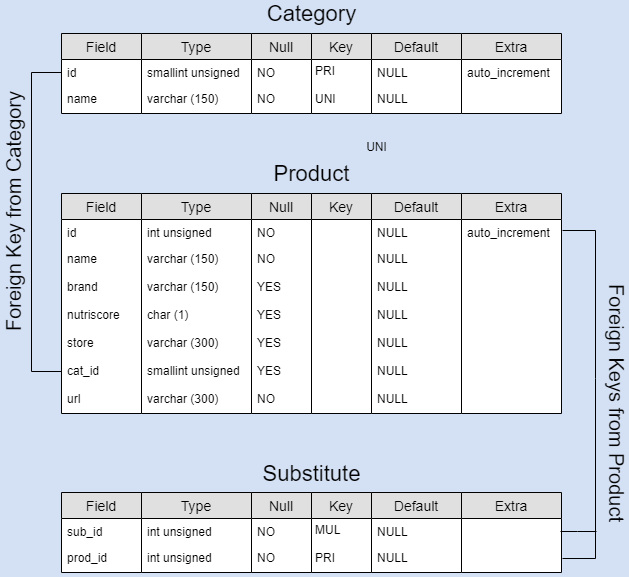
The draw.io diagram physic_data_model.png in Tony380/Projet5, before a commit. Source tidied: cells renumbered, new cells last; positions are measured from the earlier drawing's top-left corner, leaving out a move shared by most shapes.
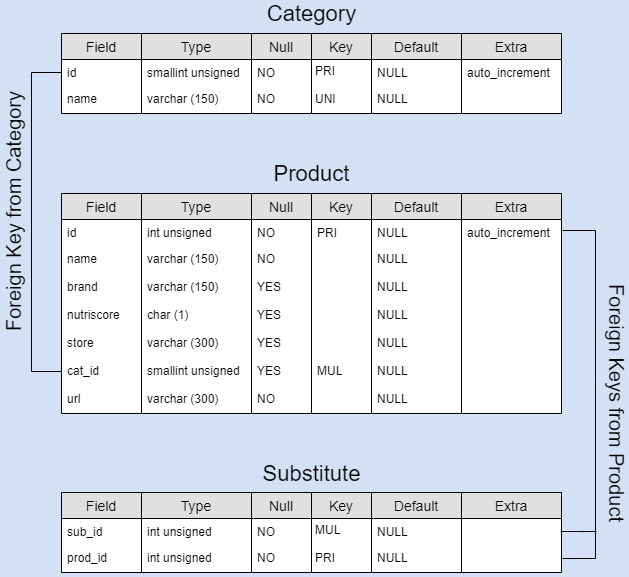
Later version of the same file.

Commit message:
Correction model

The edit, as a diff of the source:
```diff
@@ -40,9 +40,6 @@
     <mxCell id="12" value="varchar (150)" style="text;strokeColor=none;fillColor=none;spacingLeft=4;spacingRight=4;overflow=hidden;fontSize=12;" parent="10" vertex="1">
       <mxGeometry y="52" width="110" height="28" as="geometry" />
     </mxCell>
-    <mxCell id="13" value="Key" style="swimlane;fontStyle=0;horizontal=1;startSize=26;fillColor=#e0e0e0;swimlaneFillColor=#ffffff;align=center;fontSize=14;" parent="1" vertex="1">
-      <mxGeometry x="424" y="190" width="60" height="220" as="geometry" />
-    </mxCell>
     <mxCell id="14" value="Null" style="swimlane;fontStyle=0;horizontal=1;startSize=26;fillColor=#e0e0e0;swimlaneFillColor=#ffffff;align=center;fontSize=14;" parent="1" vertex="1">
       <mxGeometry x="364" y="190" width="60" height="220" as="geometry" />
     </mxCell>
@@ -139,9 +136,6 @@
     <mxCell id="45" value="&lt;font style=&quot;font-size: 20px&quot;&gt;Foreign Key from Category&lt;/font&gt;" style="text;html=1;align=center;verticalAlign=middle;direction=south;rotation=270;" parent="1" vertex="1">
       <mxGeometry y="198" width="250" height="21" as="geometry" />
     </mxCell>
-    <mxCell id="46" value="UNI" style="text;html=1;align=center;verticalAlign=middle;" parent="1" vertex="1">
-      <mxGeometry x="473" y="134" width="31" height="18" as="geometry" />
-    </mxCell>
     <mxCell id="47" value="Field" style="swimlane;fontStyle=0;horizontal=1;startSize=26;fillColor=#e0e0e0;swimlaneFillColor=#ffffff;align=center;fontSize=14;" parent="1" vertex="1">
       <mxGeometry x="174" y="30" width="80" height="80" as="geometry" />
     </mxCell>
@@ -246,5 +240,14 @@
         </Array>
       </mxGeometry>
     </mxCell>
+    <mxCell id="13" value="Key" style="swimlane;fontStyle=0;horizontal=1;startSize=26;fillColor=#e0e0e0;swimlaneFillColor=#ffffff;align=center;fontSize=14;" parent="1" vertex="1">
+      <mxGeometry x="424" y="190" width="60" height="220" as="geometry" />
+    </mxCell>
+    <mxCell id="77" value="PRI" style="text;strokeColor=none;fillColor=none;spacingLeft=4;spacingRight=4;overflow=hidden;fontSize=12;" parent="13" vertex="1">
+      <mxGeometry y="26" width="60" height="110" as="geometry" />
+    </mxCell>
+    <mxCell id="78" value="&#10;&#10;MUL" style="text;strokeColor=none;fillColor=none;spacingLeft=4;spacingRight=4;overflow=hidden;fontSize=12;" parent="13" vertex="1">
+      <mxGeometry y="136" width="60" height="84" as="geometry" />
+    </mxCell>
   </root>
 </mxGraphModel>
```
